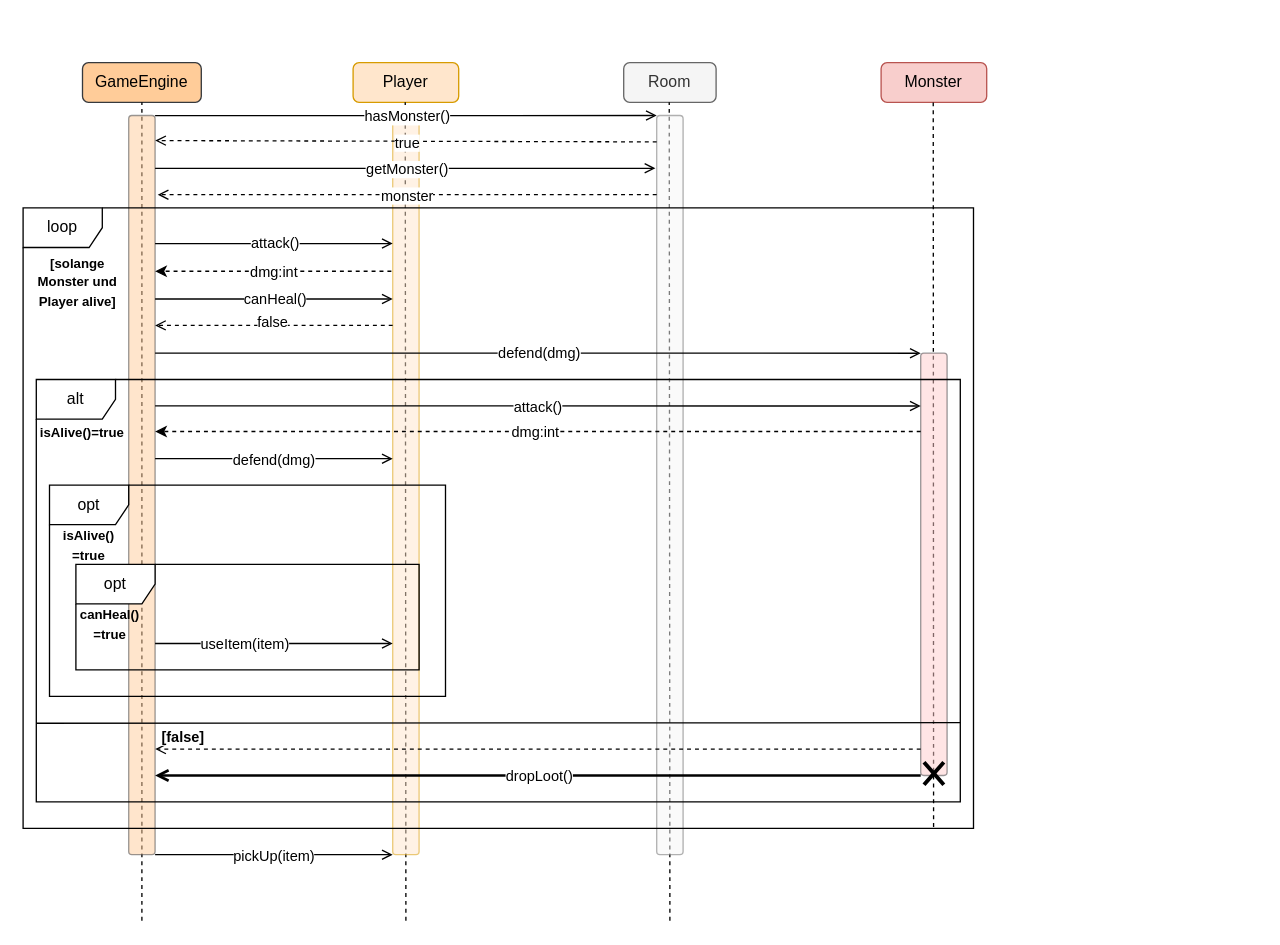
Earlier version of the draw.io diagram Diagrams/DungeonAdventure_KampfSequenzdiagramm.drawio (V1perZerofy/uml_project). Source tidied: cells renumbered, new cells numbered last; positions are measured from the earlier drawing's top-left corner, leaving out a move shared by most shapes. Both pictures are drawn from the tidied source at 132%, with x=0, y=0 at pixel (22, 62).
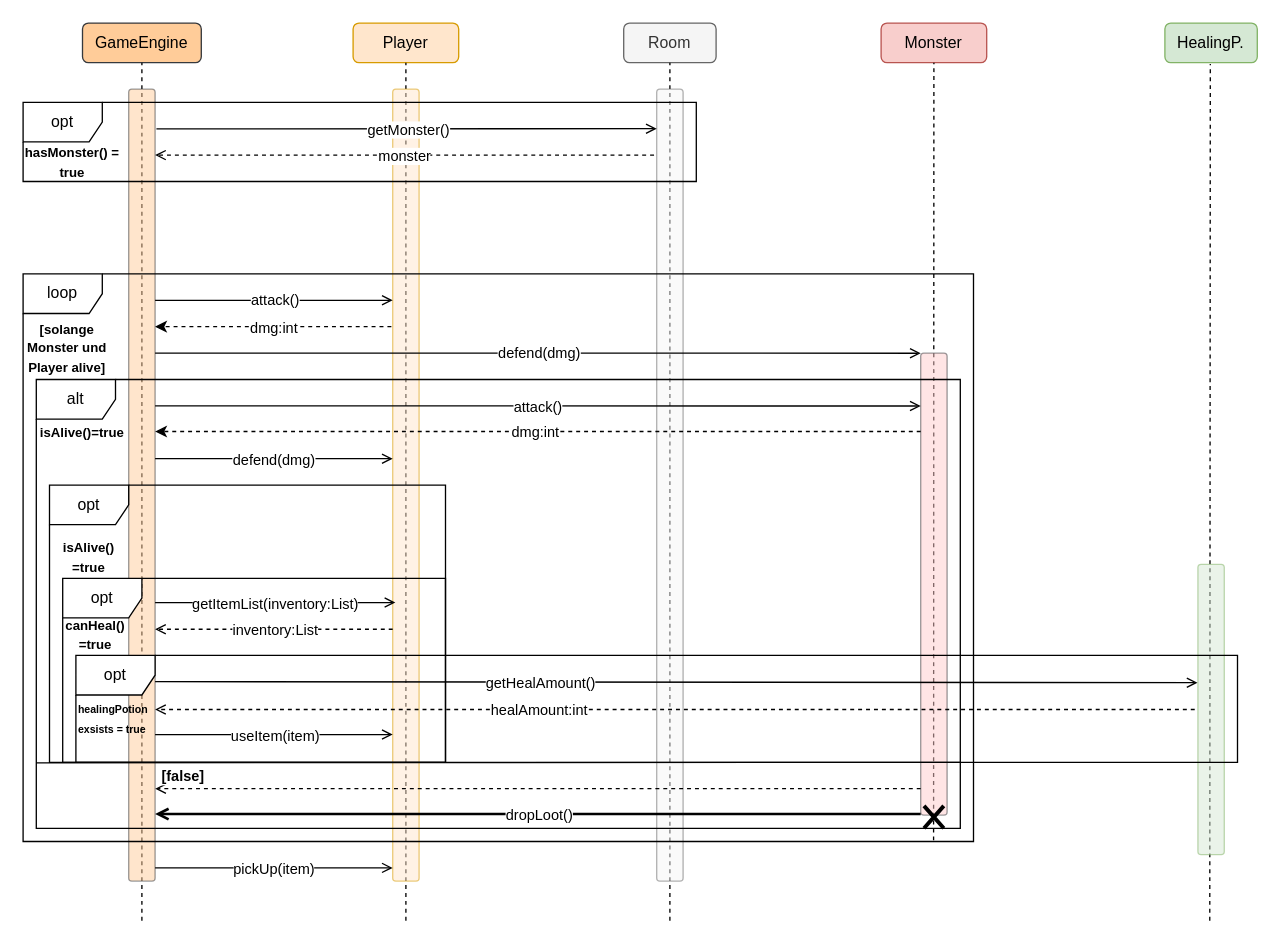
Above is the later version.

Commit message (it also covers changes not shown here):
re-factor Kampfsequenzdiagramm to Diagrams

Change to the diagram source:
```diff
@@
     <mxCell id="2" value="GameEngine" style="rounded=1;whiteSpace=wrap;html=1;fillColor=#ffcc99;strokeColor=#36393d;" parent="1" vertex="1">
-      <mxGeometry x="45" width="90" height="30" as="geometry" />
+      <mxGeometry x="45" y="-30" width="90" height="30" as="geometry" />
     </mxCell>
     <mxCell id="3" value="Player" style="rounded=1;whiteSpace=wrap;html=1;fillColor=#ffe6cc;strokeColor=#d79b00;" parent="1" vertex="1">
-      <mxGeometry x="250" width="80" height="30" as="geometry" />
+      <mxGeometry x="250" y="-30" width="80" height="30" as="geometry" />
     </mxCell>
     <mxCell id="4" value="Room" style="rounded=1;whiteSpace=wrap;html=1;fillColor=#f5f5f5;fontColor=#333333;strokeColor=#666666;" parent="1" vertex="1">
-      <mxGeometry x="455" width="70" height="30" as="geometry" />
+      <mxGeometry x="455" y="-30" width="70" height="30" as="geometry" />
     </mxCell>
     <mxCell id="5" value="Monster" style="rounded=1;whiteSpace=wrap;html=1;fillColor=#f8cecc;strokeColor=#b85450;" parent="1" vertex="1">
-      <mxGeometry x="650" width="80" height="30" as="geometry" />
+      <mxGeometry x="650" y="-30" width="80" height="30" as="geometry" />
     </mxCell>
@@
-    <mxCell id="7" style="endArrow=none;dashed=1;html=1;rounded=0;entryX=0.5;entryY=1;entryDx=0;entryDy=0;" parent="1" edge="1">
+    <mxCell id="7" style="endArrow=none;dashed=1;html=1;rounded=0;entryX=0.5;entryY=1;entryDx=0;entryDy=0;" parent="1" edge="1" target="3">
       <mxGeometry relative="1" as="geometry">
         <mxPoint x="290" y="650" as="sourcePoint" />
-        <mxPoint x="289.5" y="30" as="targetPoint" />
       </mxGeometry>
     </mxCell>
-    <mxCell id="8" style="endArrow=none;dashed=1;html=1;rounded=0;entryX=0.5;entryY=1;entryDx=0;entryDy=0;" parent="1" edge="1">
+    <mxCell id="8" style="endArrow=none;dashed=1;html=1;rounded=0;entryX=0.5;entryY=1;entryDx=0;entryDy=0;" parent="1" edge="1" target="4">
       <mxGeometry relative="1" as="geometry">
         <mxPoint x="490" y="650" as="sourcePoint" />
-        <mxPoint x="489.5" y="30" as="targetPoint" />
       </mxGeometry>
     </mxCell>
-    <mxCell id="9" style="endArrow=none;dashed=1;html=1;rounded=0;entryX=0.5;entryY=1;entryDx=0;entryDy=0;exitX=0.958;exitY=0.998;exitDx=0;exitDy=0;exitPerimeter=0;" parent="1" edge="1" source="39">
-      <mxGeometry relative="1" as="geometry">
-        <mxPoint x="689.5" y="30" as="targetPoint" />
-      </mxGeometry>
+    <mxCell id="9" style="endArrow=none;dashed=1;html=1;rounded=0;entryX=0.5;entryY=1;entryDx=0;entryDy=0;exitX=0.958;exitY=0.998;exitDx=0;exitDy=0;exitPerimeter=0;" parent="1" edge="1" source="39" target="5">
+      <mxGeometry relative="1" as="geometry" />
     </mxCell>
     <mxCell id="10" style="rounded=1;whiteSpace=wrap;html=1;arcSize=12;fillColor=#ffcc99;opacity=50;strokeColor=#36393d;" parent="1" vertex="1">
-      <mxGeometry x="80" y="40" width="20" height="560" as="geometry" />
+      <mxGeometry x="80" y="20" width="20" height="600" as="geometry" />
     </mxCell>
     <mxCell id="11" style="edgeStyle=none;html=1;dashed=1;" parent="1" edge="1">
       <mxGeometry relative="1" as="geometry">
-        <mxPoint x="279" y="158" as="sourcePoint" />
-        <mxPoint x="100" y="158" as="targetPoint" />
+        <mxPoint x="279" y="200" as="sourcePoint" />
+        <mxPoint x="100" y="200" as="targetPoint" />
       </mxGeometry>
     </mxCell>
@@
     <mxCell id="13" style="rounded=1;whiteSpace=wrap;html=1;arcSize=12;fillColor=#ffe6cc;opacity=50;strokeColor=#d79b00;" parent="1" vertex="1">
-      <mxGeometry x="280" y="40" width="20" height="560" as="geometry" />
+      <mxGeometry x="280" y="20" width="20" height="600" as="geometry" />
     </mxCell>
     <mxCell id="14" style="rounded=1;whiteSpace=wrap;html=1;arcSize=12;fillColor=#f5f5f5;opacity=50;fontColor=#333333;strokeColor=#666666;" parent="1" vertex="1">
-      <mxGeometry x="480" y="40" width="20" height="560" as="geometry" />
+      <mxGeometry x="480" y="20" width="20" height="600" as="geometry" />
     </mxCell>
     <mxCell id="15" style="rounded=1;whiteSpace=wrap;html=1;arcSize=12;fillColor=#ffcccc;opacity=50;strokeColor=#36393d;" parent="1" vertex="1">
-      <mxGeometry x="680" y="220" width="20" height="320" as="geometry" />
+      <mxGeometry x="680" y="220" width="20" height="350" as="geometry" />
     </mxCell>
-    <mxCell id="16" style="endArrow=open;html=1;rounded=0;exitX=1.004;exitY=0.055;exitDx=0;exitDy=0;exitPerimeter=0;endFill=0;" parent="1" edge="1">
-      <mxGeometry relative="1" as="geometry">
-        <mxPoint x="100" y="80.1" as="sourcePoint" />
-        <mxPoint x="479" y="80" as="targetPoint" />
-      </mxGeometry>
-    </mxCell>
-    <mxCell id="17" value="getMonster()" style="edgeLabel;html=1;align=center;verticalAlign=middle;" parent="16" vertex="1">
-      <mxGeometry x="-0.12" relative="1" as="geometry">
-        <mxPoint x="24" as="offset" />
-      </mxGeometry>
-    </mxCell>
-    <mxCell id="18" style="endArrow=open;html=1;rounded=0;endFill=0;dashed=1;exitX=0;exitY=0.059;exitDx=0;exitDy=0;exitPerimeter=0;" parent="1" edge="1">
-      <mxGeometry relative="1" as="geometry">
-        <mxPoint x="480" y="100" as="sourcePoint" />
-        <mxPoint x="102" y="100" as="targetPoint" />
-      </mxGeometry>
-    </mxCell>
-    <mxCell id="19" value="monster" style="edgeLabel;html=1;align=center;verticalAlign=middle;" parent="18" vertex="1">
-      <mxGeometry x="0.29" relative="1" as="geometry">
-        <mxPoint x="54" as="offset" />
-      </mxGeometry>
-    </mxCell>
     <mxCell id="20" style="endArrow=open;html=1;rounded=0;exitX=1.004;exitY=0.055;exitDx=0;exitDy=0;exitPerimeter=0;endFill=0;" parent="1" edge="1">
       <mxGeometry relative="1" as="geometry">
-        <mxPoint x="100" y="137" as="sourcePoint" />
-        <mxPoint x="280" y="137" as="targetPoint" />
+        <mxPoint x="100" y="180" as="sourcePoint" />
+        <mxPoint x="280" y="180" as="targetPoint" />
       </mxGeometry>
     </mxCell>
@@
-    <mxCell id="24" style="endArrow=none;html=1;rounded=0;endFill=0;startArrow=open;startFill=0;strokeWidth=2;" parent="1" edge="1">
+    <mxCell id="24" style="endArrow=none;html=1;rounded=0;endFill=0;startArrow=open;startFill=0;strokeWidth=2;entryX=0;entryY=1;entryDx=0;entryDy=0;" parent="1" edge="1">
       <mxGeometry relative="1" as="geometry">
-        <mxPoint x="100" y="540" as="sourcePoint" />
-        <mxPoint x="680" y="540" as="targetPoint" />
+        <mxPoint x="100" y="569.2" as="sourcePoint" />
+        <mxPoint x="680" y="569.2" as="targetPoint" />
       </mxGeometry>
     </mxCell>
@@
     <mxCell id="26" style="shape=umlDestroy;whiteSpace=wrap;html=1;strokeWidth=3;targetShapes=umlLifeline;" parent="1" vertex="1">
-      <mxGeometry x="682.5" y="530" width="15" height="17" as="geometry" />
+      <mxGeometry x="682.5" y="563" width="15" height="17" as="geometry" />
     </mxCell>
     <mxCell id="27" value="&lt;font style=&quot;color: rgb(0, 0, 0); font-size: 10px;&quot;&gt;&lt;b style=&quot;&quot;&gt;[solange Monster und Player alive]&lt;/b&gt;&lt;/font&gt;" style="text;html=1;whiteSpace=wrap;strokeColor=none;fillColor=none;align=center;verticalAlign=middle;rounded=0;" parent="1" vertex="1">
-      <mxGeometry x="3" y="142" width="77" height="48" as="geometry" />
+      <mxGeometry y="192" width="67" height="48" as="geometry" />
     </mxCell>
     <mxCell id="28" style="endArrow=open;html=1;rounded=0;exitX=1.004;exitY=0.055;exitDx=0;exitDy=0;exitPerimeter=0;endFill=0;" parent="1" edge="1">
       <mxGeometry relative="1" as="geometry">
-        <mxPoint x="100" y="600" as="sourcePoint" />
-        <mxPoint x="280" y="600" as="targetPoint" />
+        <mxPoint x="100" y="610" as="sourcePoint" />
+        <mxPoint x="280" y="610" as="targetPoint" />
       </mxGeometry>
     </mxCell>
@@
-    <mxCell id="30" style="endArrow=open;html=1;rounded=0;exitX=1.004;exitY=0.055;exitDx=0;exitDy=0;exitPerimeter=0;endFill=0;" parent="1" edge="1">
-      <mxGeometry relative="1" as="geometry">
-        <mxPoint x="100" y="40.1" as="sourcePoint" />
-        <mxPoint x="480" y="40" as="targetPoint" />
-      </mxGeometry>
-    </mxCell>
-    <mxCell id="31" value="hasMonster()" style="edgeLabel;html=1;align=center;verticalAlign=middle;" parent="30" vertex="1">
-      <mxGeometry x="-0.12" relative="1" as="geometry">
-        <mxPoint x="24" as="offset" />
-      </mxGeometry>
-    </mxCell>
-    <mxCell id="32" style="endArrow=open;html=1;rounded=0;exitX=1.004;exitY=0.055;exitDx=0;exitDy=0;exitPerimeter=0;endFill=0;" parent="1" edge="1">
-      <mxGeometry relative="1" as="geometry">
-        <mxPoint x="100" y="179" as="sourcePoint" />
-        <mxPoint x="280" y="179" as="targetPoint" />
-      </mxGeometry>
-    </mxCell>
-    <mxCell id="33" value="canHeal()" style="edgeLabel;html=1;align=center;verticalAlign=middle;" parent="32" vertex="1">
-      <mxGeometry x="-0.28" y="1" relative="1" as="geometry">
-        <mxPoint x="25" as="offset" />
-      </mxGeometry>
-    </mxCell>
-    <mxCell id="34" style="endArrow=open;html=1;rounded=0;entryX=0.989;entryY=0.218;entryDx=0;entryDy=0;entryPerimeter=0;endFill=0;dashed=1;" parent="1" edge="1">
-      <mxGeometry relative="1" as="geometry">
-        <mxPoint x="280" y="199" as="sourcePoint" />
-        <mxPoint x="100" y="199" as="targetPoint" />
-      </mxGeometry>
-    </mxCell>
-    <mxCell id="35" value="false" style="edgeLabel;html=1;align=center;verticalAlign=middle;" parent="34" vertex="1">
-      <mxGeometry x="0.28" y="-3" relative="1" as="geometry">
-        <mxPoint x="23" as="offset" />
-      </mxGeometry>
-    </mxCell>
-    <mxCell id="36" style="endArrow=open;html=1;rounded=0;entryX=1.141;entryY=0.11;entryDx=0;entryDy=0;entryPerimeter=0;endFill=0;dashed=1;" parent="1" edge="1">
-      <mxGeometry relative="1" as="geometry">
-        <mxPoint x="480" y="60" as="sourcePoint" />
-        <mxPoint x="100.1" y="59" as="targetPoint" />
-      </mxGeometry>
-    </mxCell>
-    <mxCell id="37" value="true" style="edgeLabel;html=1;align=center;verticalAlign=middle;" parent="36" vertex="1">
-      <mxGeometry x="0.01" y="1" relative="1" as="geometry">
-        <mxPoint x="3" as="offset" />
-      </mxGeometry>
-    </mxCell>
     <mxCell id="38" value="alt" style="shape=umlFrame;whiteSpace=wrap;html=1;" parent="1" vertex="1">
-      <mxGeometry x="10" y="240" width="700" height="320" as="geometry" />
+      <mxGeometry x="10" y="240" width="700" height="340" as="geometry" />
     </mxCell>
     <mxCell id="39" value="loop" style="shape=umlFrame;whiteSpace=wrap;html=1;" parent="1" vertex="1">
-      <mxGeometry y="110" width="720" height="470" as="geometry" />
+      <mxGeometry y="160" width="720" height="430" as="geometry" />
     </mxCell>
     <mxCell id="40" style="endArrow=open;html=1;rounded=0;entryX=1.141;entryY=0.11;entryDx=0;entryDy=0;entryPerimeter=0;endFill=0;dashed=1;exitX=0.953;exitY=0.381;exitDx=0;exitDy=0;exitPerimeter=0;" parent="1" edge="1">
       <mxGeometry relative="1" as="geometry">
-        <mxPoint x="680" y="520" as="sourcePoint" />
-        <mxPoint x="100.1" y="520" as="targetPoint" />
+        <mxPoint x="680" y="550" as="sourcePoint" />
+        <mxPoint x="100.1" y="550" as="targetPoint" />
       </mxGeometry>
     </mxCell>
@@
     <mxCell id="42" style="endArrow=none;html=1;" parent="1" edge="1">
       <mxGeometry relative="1" as="geometry">
-        <mxPoint x="10" y="500.4" as="sourcePoint" />
-        <mxPoint x="710" y="500" as="targetPoint" />
+        <mxPoint x="10" y="530.4" as="sourcePoint" />
+        <mxPoint x="710" y="530" as="targetPoint" />
       </mxGeometry>
     </mxCell>
@@
-    <mxCell id="50" style="group;" parent="1" vertex="1">
-      <mxGeometry x="20" y="320" width="310" height="160" as="geometry" />
-    </mxCell>
+    <mxCell id="58" value="HealingP." style="rounded=1;whiteSpace=wrap;html=1;fillColor=#d5e8d4;strokeColor=#82b366;" parent="1" vertex="1">
+      <mxGeometry x="865" y="-30" width="70" height="30" as="geometry" />
+    </mxCell>
+    <mxCell id="59" style="group;" parent="1" vertex="1">
+      <mxGeometry y="30" width="510" height="60" as="geometry" />
+    </mxCell>
+    <mxCell id="16" style="endArrow=open;html=1;rounded=0;exitX=1.004;exitY=0.055;exitDx=0;exitDy=0;exitPerimeter=0;endFill=0;" parent="59" edge="1">
+      <mxGeometry relative="1" as="geometry">
+        <mxPoint x="101" y="20.1" as="sourcePoint" />
+        <mxPoint x="480" y="20" as="targetPoint" />
+      </mxGeometry>
+    </mxCell>
+    <mxCell id="17" value="getMonster()" style="edgeLabel;html=1;align=center;verticalAlign=middle;" parent="16" vertex="1">
+      <mxGeometry x="-0.12" relative="1" as="geometry">
+        <mxPoint x="24" as="offset" />
+      </mxGeometry>
+    </mxCell>
+    <mxCell id="18" style="endArrow=open;html=1;rounded=0;endFill=0;dashed=1;exitX=0;exitY=0.059;exitDx=0;exitDy=0;exitPerimeter=0;" parent="59" edge="1">
+      <mxGeometry relative="1" as="geometry">
+        <mxPoint x="478" y="40" as="sourcePoint" />
+        <mxPoint x="100" y="40" as="targetPoint" />
+      </mxGeometry>
+    </mxCell>
+    <mxCell id="19" value="monster" style="edgeLabel;html=1;align=center;verticalAlign=middle;" parent="18" vertex="1">
+      <mxGeometry x="0.29" relative="1" as="geometry">
+        <mxPoint x="54" as="offset" />
+      </mxGeometry>
+    </mxCell>
+    <mxCell id="60" value="opt" style="shape=umlFrame;whiteSpace=wrap;html=1;" parent="59" vertex="1">
+      <mxGeometry width="510" height="60" as="geometry" />
+    </mxCell>
+    <mxCell id="61" value="&lt;b&gt;&lt;font style=&quot;font-size: 10px;&quot;&gt;hasMonster() = true&lt;/font&gt;&lt;/b&gt;" style="text;html=1;align=center;verticalAlign=middle;whiteSpace=wrap;rounded=0;" parent="59" vertex="1">
+      <mxGeometry y="30" width="75" height="30" as="geometry" />
+    </mxCell>
+    <mxCell id="62" style="endArrow=none;dashed=1;html=1;rounded=0;entryX=0.5;entryY=1;entryDx=0;entryDy=0;" parent="1" edge="1">
+      <mxGeometry relative="1" as="geometry">
+        <mxPoint x="899" y="650" as="sourcePoint" />
+        <mxPoint x="899.4" y="1" as="targetPoint" />
+      </mxGeometry>
+    </mxCell>
+    <mxCell id="63" style="rounded=1;whiteSpace=wrap;html=1;arcSize=12;fillColor=#d5e8d4;opacity=50;strokeColor=#82b366;" parent="1" vertex="1">
+      <mxGeometry x="890" y="380" width="20" height="220" as="geometry" />
+    </mxCell>
-    <mxCell id="51" value="opt" style="shape=umlFrame;whiteSpace=wrap;html=1;" parent="50" vertex="1">
-      <mxGeometry width="300" height="160" as="geometry" />
+    <mxCell id="51" value="opt" style="shape=umlFrame;whiteSpace=wrap;html=1;" parent="1" vertex="1">
+      <mxGeometry x="20" y="320" width="300" height="210" as="geometry" />
     </mxCell>
-    <mxCell id="52" value="&lt;span style=&quot;font-size: 10px;&quot;&gt;&lt;b&gt;isAlive()&lt;/b&gt;&lt;/span&gt;&lt;div&gt;&lt;span style=&quot;font-size: 10px;&quot;&gt;&lt;b&gt;=true&lt;/b&gt;&lt;/span&gt;&lt;/div&gt;" style="text;html=1;align=center;verticalAlign=middle;whiteSpace=wrap;rounded=0;" parent="50" vertex="1">
-      <mxGeometry y="30" width="60" height="30" as="geometry" />
+    <mxCell id="52" value="&lt;span style=&quot;font-size: 10px;&quot;&gt;&lt;b&gt;isAlive()&lt;/b&gt;&lt;/span&gt;&lt;div&gt;&lt;span style=&quot;font-size: 10px;&quot;&gt;&lt;b&gt;=true&lt;/b&gt;&lt;/span&gt;&lt;/div&gt;" style="text;html=1;align=center;verticalAlign=middle;whiteSpace=wrap;rounded=0;" parent="1" vertex="1">
+      <mxGeometry x="20" y="356.3" width="60" height="36.3" as="geometry" />
     </mxCell>
-    <mxCell id="53" style="group;" parent="50" vertex="1">
-      <mxGeometry x="20" y="60" width="260" height="80" as="geometry" />
-    </mxCell>
+    <mxCell id="56" value="opt" style="shape=umlFrame;whiteSpace=wrap;html=1;" parent="1" vertex="1">
+      <mxGeometry x="30" y="390.6" width="290" height="139.4" as="geometry" />
+    </mxCell>
+    <mxCell id="57" value="&lt;b&gt;&lt;font style=&quot;font-size: 10px;&quot;&gt;canHeal()&lt;/font&gt;&lt;/b&gt;&lt;div&gt;&lt;b&gt;&lt;font style=&quot;font-size: 10px;&quot;&gt;=true&lt;/font&gt;&lt;/b&gt;&lt;/div&gt;" style="text;html=1;align=center;verticalAlign=middle;whiteSpace=wrap;rounded=0;" parent="1" vertex="1">
+      <mxGeometry x="30" y="420" width="50" height="26.9" as="geometry" />
+    </mxCell>
+    <mxCell id="64" style="endArrow=open;html=1;rounded=0;endFill=0;" parent="1" edge="1">
+      <mxGeometry relative="1" as="geometry">
+        <mxPoint x="100" y="409" as="sourcePoint" />
+        <mxPoint x="282" y="409" as="targetPoint" />
+      </mxGeometry>
+    </mxCell>
+    <mxCell id="65" value="getItemList(inventory:List)" style="edgeLabel;html=1;align=center;verticalAlign=middle;" parent="64" vertex="1">
+      <mxGeometry x="-0.26" relative="1" as="geometry">
+        <mxPoint x="23" as="offset" />
+      </mxGeometry>
+    </mxCell>
+    <mxCell id="66" style="endArrow=open;html=1;rounded=0;endFill=0;dashed=1;" parent="1" edge="1">
+      <mxGeometry relative="1" as="geometry">
+        <mxPoint x="280" y="429.2" as="sourcePoint" />
+        <mxPoint x="100" y="429.2" as="targetPoint" />
+      </mxGeometry>
+    </mxCell>
+    <mxCell id="67" value="inventory:List" style="edgeLabel;html=1;align=center;verticalAlign=middle;" parent="66" vertex="1">
+      <mxGeometry x="-0.26" relative="1" as="geometry">
+        <mxPoint x="-23" as="offset" />
+      </mxGeometry>
+    </mxCell>
+    <mxCell id="68" value="opt" style="shape=umlFrame;whiteSpace=wrap;html=1;" parent="1" vertex="1">
+      <mxGeometry x="40" y="449" width="880" height="81" as="geometry" />
+    </mxCell>
+    <mxCell id="69" value="&lt;b style=&quot;&quot;&gt;&lt;font style=&quot;font-size: 8px;&quot;&gt;healingPotion exsists = true&lt;/font&gt;&lt;/b&gt;" style="text;html=1;align=left;verticalAlign=middle;whiteSpace=wrap;rounded=0;" parent="1" vertex="1">
+      <mxGeometry x="40" y="480" width="80" height="32.6" as="geometry" />
+    </mxCell>
-    <mxCell id="54" style="endArrow=open;html=1;rounded=0;endFill=0;" parent="53" edge="1">
+    <mxCell id="54" style="endArrow=open;html=1;rounded=0;endFill=0;" parent="1" edge="1">
       <mxGeometry relative="1" as="geometry">
-        <mxPoint x="60" y="60" as="sourcePoint" />
-        <mxPoint x="240" y="60" as="targetPoint" />
+        <mxPoint x="100" y="509" as="sourcePoint" />
+        <mxPoint x="280" y="509" as="targetPoint" />
       </mxGeometry>
     </mxCell>
     <mxCell id="55" value="useItem(item)" style="edgeLabel;html=1;align=center;verticalAlign=middle;" parent="54" vertex="1">
-      <mxGeometry x="-0.26" relative="1" as="geometry" />
+      <mxGeometry x="-0.26" relative="1" as="geometry">
+        <mxPoint x="23" as="offset" />
+      </mxGeometry>
     </mxCell>
-    <mxCell id="56" value="opt" style="shape=umlFrame;whiteSpace=wrap;html=1;" parent="53" vertex="1">
-      <mxGeometry width="260" height="80" as="geometry" />
-    </mxCell>
-    <mxCell id="57" value="&lt;b&gt;&lt;font style=&quot;font-size: 10px;&quot;&gt;canHeal()&lt;/font&gt;&lt;/b&gt;&lt;div&gt;&lt;b&gt;&lt;font style=&quot;font-size: 10px;&quot;&gt;=true&lt;/font&gt;&lt;/b&gt;&lt;/div&gt;" style="text;html=1;align=center;verticalAlign=middle;whiteSpace=wrap;rounded=0;" parent="53" vertex="1">
-      <mxGeometry y="30" width="52" height="30" as="geometry" />
-    </mxCell>
+    <mxCell id="70" style="endArrow=open;html=1;rounded=0;endFill=0;" parent="1" edge="1">
+      <mxGeometry relative="1" as="geometry">
+        <mxPoint x="100" y="468.9" as="sourcePoint" />
+        <mxPoint x="889.7" y="469.7" as="targetPoint" />
+      </mxGeometry>
+    </mxCell>
+    <mxCell id="71" value="getHealAmount()" style="edgeLabel;html=1;align=center;verticalAlign=middle;" parent="70" vertex="1">
+      <mxGeometry x="-0.26" relative="1" as="geometry" />
+    </mxCell>
+    <mxCell id="72" style="endArrow=open;html=1;rounded=0;endFill=0;exitX=0;exitY=0.25;exitDx=0;exitDy=0;dashed=1;entryX=1.103;entryY=0.689;entryDx=0;entryDy=0;entryPerimeter=0;" parent="1" edge="1">
+      <mxGeometry relative="1" as="geometry">
+        <mxPoint x="887.6" y="490" as="sourcePoint" />
+        <mxPoint x="100" y="490" as="targetPoint" />
+      </mxGeometry>
+    </mxCell>
+    <mxCell id="73" value="healAmount:int" style="edgeLabel;html=1;align=center;verticalAlign=middle;" parent="72" vertex="1">
+      <mxGeometry x="-0.26" relative="1" as="geometry">
+        <mxPoint x="-206" as="offset" />
+      </mxGeometry>
+    </mxCell>
```
